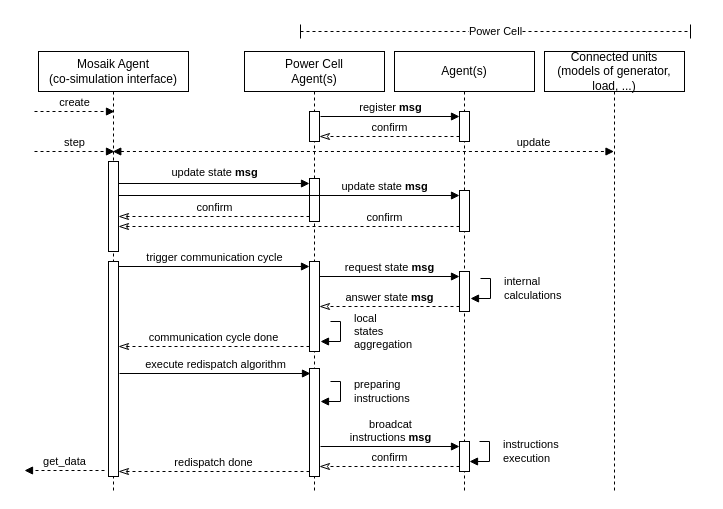
Earlier version of the draw.io diagram misc/mas.msg.drawio (Ellariel/mango_hybit). Source tidied: cells renumbered, new cells numbered last; positions are measured from the earlier drawing's top-left corner, leaving out a move shared by most shapes. Both pictures are drawn from the tidied source at 100%, with x=0, y=0 at pixel (24, 31).
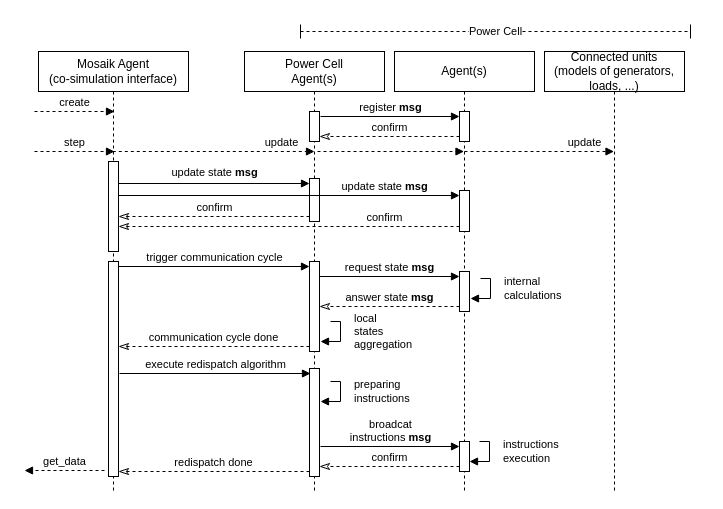
The same diagram, later.

Unchanged cells that the change refers to:
```xml
<mxCell id="6" value="Agent(s)" style="shape=umlLifeline;perimeter=lifelinePerimeter;whiteSpace=wrap;html=1;outlineConnect=0;portConstraint=eastwest;newEdgeStyle={&quot;curved&quot;:0,&quot;rounded&quot;:0};" parent="1" vertex="1">
  <mxGeometry x="370" y="20" width="140" height="440" as="geometry" />
</mxCell>
```

The edit, as a diff of the source:
```diff
@@
-    <mxCell id="15" value="Connected units&lt;br style=&quot;border-color: var(--border-color);&quot;&gt;(models of generator, load, ...)" style="shape=umlLifeline;perimeter=lifelinePerimeter;whiteSpace=wrap;html=1;outlineConnect=0;portConstraint=eastwest;newEdgeStyle={&quot;curved&quot;:0,&quot;rounded&quot;:0};" parent="1" vertex="1">
+    <mxCell id="15" value="Connected units&lt;br style=&quot;border-color: var(--border-color);&quot;&gt;(models of generators, loads, ...)" style="shape=umlLifeline;perimeter=lifelinePerimeter;whiteSpace=wrap;html=1;outlineConnect=0;portConstraint=eastwest;newEdgeStyle={&quot;curved&quot;:0,&quot;rounded&quot;:0};" parent="1" vertex="1">
       <mxGeometry x="520" y="20" width="140" height="440" as="geometry" />
     </mxCell>
@@
-    <mxCell id="27" value="update" style="html=1;verticalAlign=bottom;endArrow=block;curved=0;rounded=0;startArrow=block;startFill=1;endFill=1;dashed=1;" parent="1" edge="1">
+    <mxCell id="27" value="update" style="html=1;verticalAlign=bottom;endArrow=block;curved=0;rounded=0;startArrow=none;startFill=0;endFill=1;dashed=1;" parent="1" edge="1">
       <mxGeometry x="0.68" relative="1" as="geometry">
         <mxPoint x="88.3" y="120" as="sourcePoint" />
-        <mxPoint x="589.5" y="120" as="targetPoint" />
+        <mxPoint x="290" y="120" as="targetPoint" />
       </mxGeometry>
     </mxCell>
@@
+    <mxCell id="39" style="html=1;verticalAlign=bottom;endArrow=block;curved=0;rounded=0;startArrow=none;startFill=0;endFill=1;dashed=1;" parent="1" edge="1" target="6">
+      <mxGeometry x="0.68" relative="1" as="geometry">
+        <mxPoint x="293" y="120" as="sourcePoint" />
+      </mxGeometry>
+    </mxCell>
+    <mxCell id="40" value="update" style="html=1;verticalAlign=bottom;endArrow=block;curved=0;rounded=0;startArrow=none;startFill=0;endFill=1;dashed=1;" parent="1" edge="1" target="15">
+      <mxGeometry x="0.61" relative="1" as="geometry">
+        <mxPoint x="440" y="120" as="sourcePoint" />
+      </mxGeometry>
+    </mxCell>
```
